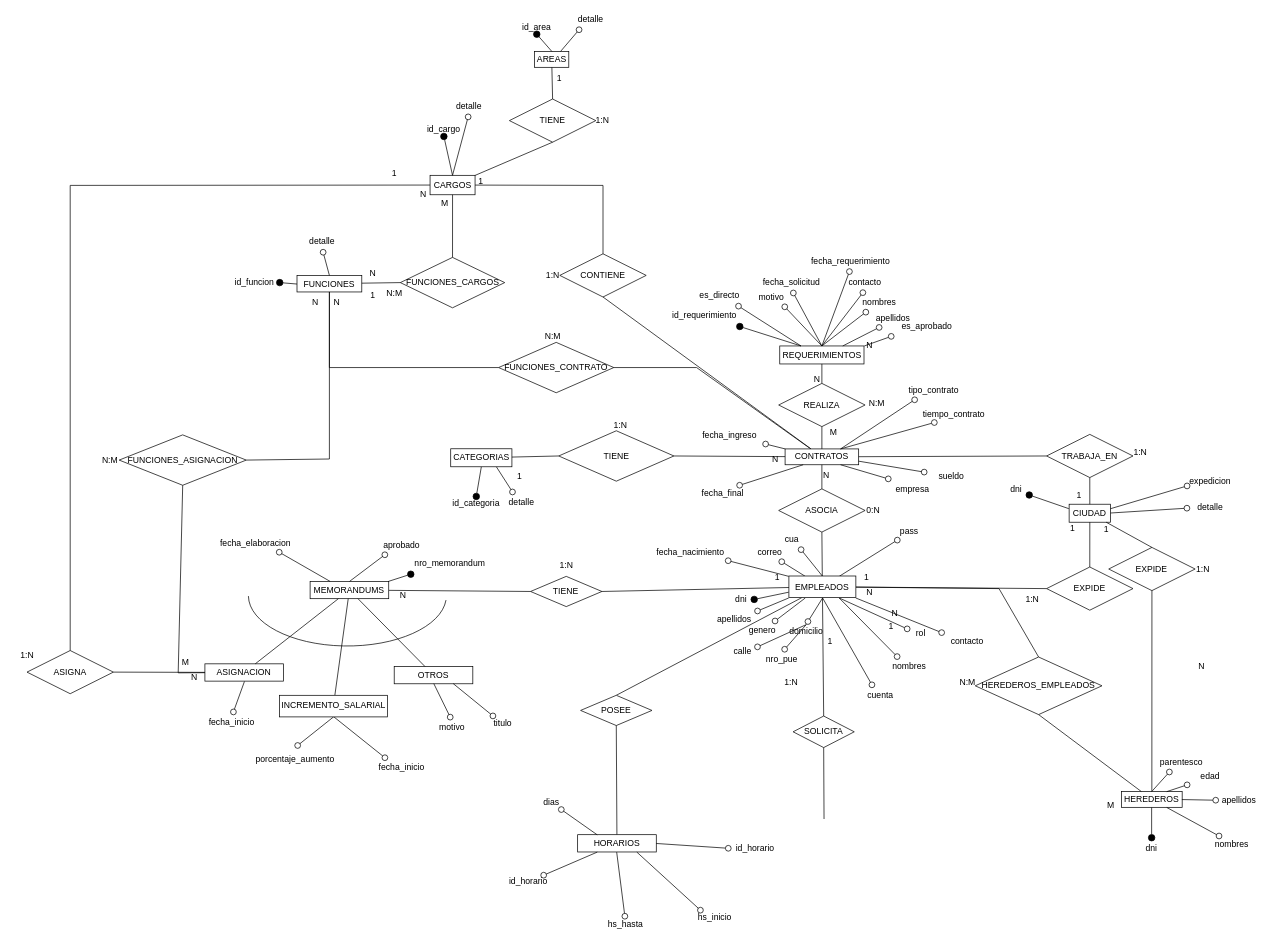
This is page "Página-2" (2 of 4) of Diagrama SRH.drawio from tomyivan/diagramas-DB, a draw.io file, before an edit. Source tidied: cells renumbered, new cells numbered last; positions are measured from the earlier drawing's top-left corner, leaving out a move shared by most shapes. Both pictures are drawn from the tidied source at 72%, with x=0, y=0 at pixel (12, 12).
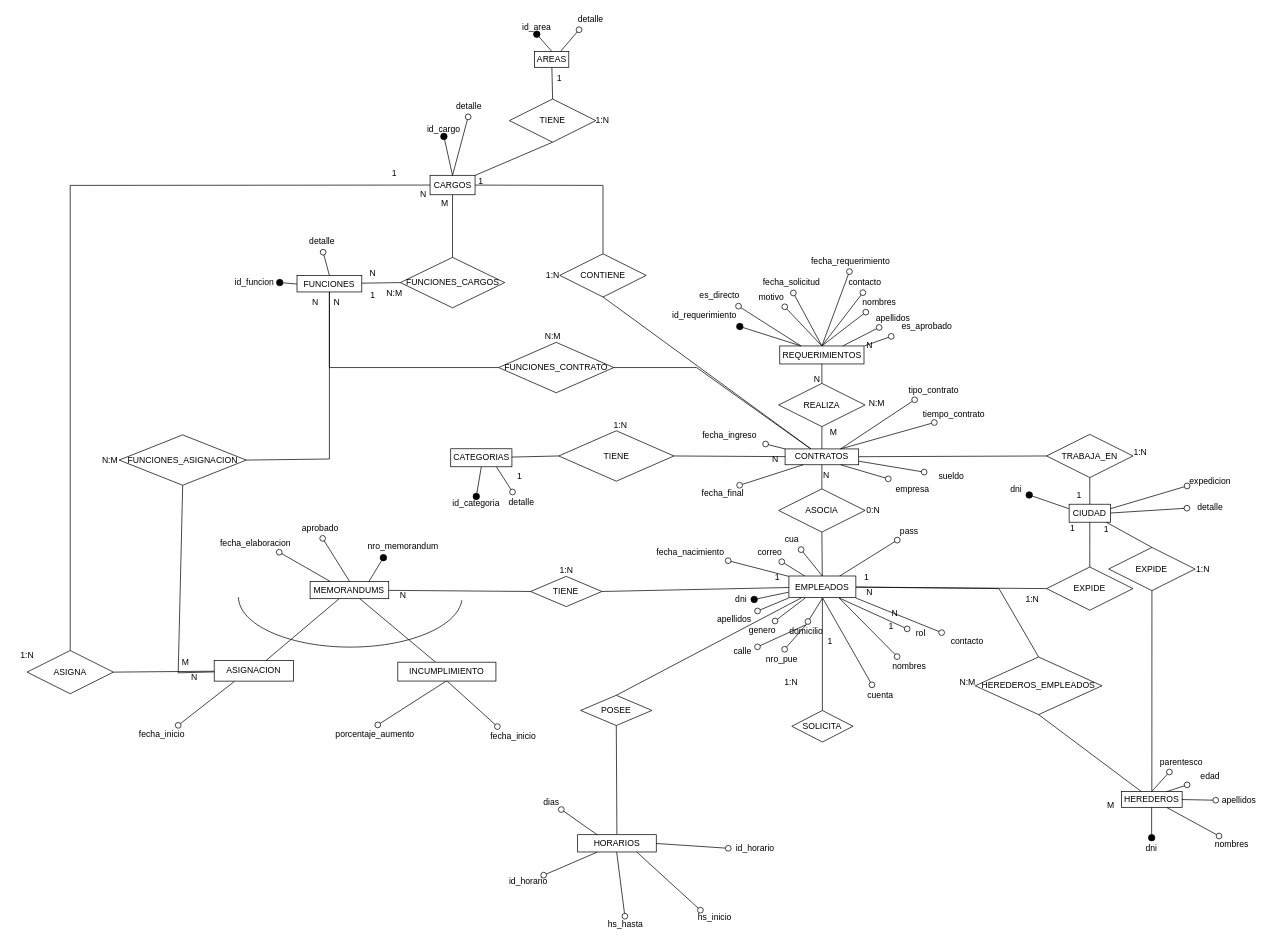
The same diagram, later.

The change refers to these unchanged cells:
```xml
<mxCell id="172" value="MEMORANDUMS" style="whiteSpace=wrap;html=1;align=center;rounded=0;" parent="1" vertex="1">
  <mxGeometry x="413.2" y="790" width="109.2" height="24" as="geometry" />
</mxCell>
```

Diff of the diagram source:
```diff
@@
-    <mxCell id="111" value="N" style="text;html=1;align=center;verticalAlign=middle;strokeColor=none;fillColor=none;rounded=0;" parent="1" vertex="1">
-      <mxGeometry x="1636.1" y="892.8" width="30" height="30" as="geometry" />
-    </mxCell>
@@
     <mxCell id="123" value="SOLICITA" style="shape=rhombus;perimeter=rhombusPerimeter;whiteSpace=wrap;html=1;align=center;rounded=0;" parent="1" vertex="1">
-      <mxGeometry x="1084" y="977" width="85" height="43.8" as="geometry" />
+      <mxGeometry x="1082.2" y="969.3" width="85" height="43.8" as="geometry" />
     </mxCell>
@@
-    <mxCell id="127" style="endArrow=none;html=1;rounded=0;entryX=0.5;entryY=1;entryDx=0;entryDy=0;" parent="1" edge="1" target="123">
-      <mxGeometry relative="1" as="geometry">
-        <mxPoint x="1127" y="1120" as="sourcePoint" />
-      </mxGeometry>
-    </mxCell>
@@
     <mxCell id="173" value="ASIGNACION" style="whiteSpace=wrap;html=1;align=center;rounded=0;" parent="1" vertex="1">
-      <mxGeometry x="267.1" y="904.5" width="109.2" height="24" as="geometry" />
+      <mxGeometry x="280" y="900" width="110" height="28.5" as="geometry" />
     </mxCell>
-    <mxCell id="174" value="OTROS" style="whiteSpace=wrap;html=1;align=center;rounded=0;" parent="1" vertex="1">
-      <mxGeometry x="530" y="908.2" width="109.2" height="24" as="geometry" />
-    </mxCell>
-    <mxCell id="175" style="endArrow=none;html=1;rounded=0;" parent="1" edge="1" source="174" target="172">
-      <mxGeometry relative="1" as="geometry" />
-    </mxCell>
@@
-    <mxCell id="178" style="verticalLabelPosition=bottom;verticalAlign=top;html=1;shape=mxgraph.basic.arc;startAngle=0.514285457105234;endAngle=0.9984085036175459;rotation=-90;direction=east;" parent="1" vertex="1">
-      <mxGeometry x="395" y="672.2" width="140" height="275" as="geometry" />
+    <mxCell id="178" style="verticalLabelPosition=bottom;verticalAlign=top;html=1;shape=mxgraph.basic.arc;startAngle=0.5112346821505029;endAngle=0.9984085036175459;rotation=-90;direction=east;" parent="1" vertex="1">
+      <mxGeometry x="399" y="655.9" width="140" height="310.7" as="geometry" />
     </mxCell>
     <mxCell id="179" value="nro_memorandum" style="whiteSpace=wrap;html=1;align=center;strokeColor=none;fillColor=none;rounded=0;" parent="1" vertex="1">
-      <mxGeometry x="552.5" y="749.8" width="108.6" height="30" as="geometry" />
+      <mxGeometry x="487.7" y="727.2" width="108.6" height="30" as="geometry" />
     </mxCell>
@@
     <mxCell id="181" value="porcentaje_aumento" style="whiteSpace=wrap;html=1;align=center;strokeColor=none;fillColor=none;rounded=0;" parent="1" vertex="1">
-      <mxGeometry x="324.5" y="1020.8" width="135" height="31.8" as="geometry" />
+      <mxGeometry x="440" y="991.6" width="126.5" height="22.9" as="geometry" />
     </mxCell>
@@
     <mxCell id="183" value="fecha_inicio" style="whiteSpace=wrap;html=1;align=center;strokeColor=none;fillColor=none;rounded=0;" parent="1" vertex="1">
-      <mxGeometry x="502.5" y="1038.2" width="75" height="20" as="geometry" />
+      <mxGeometry x="658.3" y="994.5" width="75" height="20" as="geometry" />
     </mxCell>
@@
-    <mxCell id="185" value="INCREMENTO_SALARIAL" style="whiteSpace=wrap;html=1;align=center;" parent="1" vertex="1">
-      <mxGeometry x="370.5" y="948.2" width="150" height="30" as="geometry" />
+    <mxCell id="185" value="INCUMPLIMIENTO" style="whiteSpace=wrap;html=1;align=center;" parent="1" vertex="1">
+      <mxGeometry x="535" y="902.2" width="136.3" height="26.2" as="geometry" />
     </mxCell>
     <mxCell id="186" value="fecha_inicio" style="whiteSpace=wrap;html=1;align=center;strokeColor=none;fillColor=none;rounded=0;" parent="1" vertex="1">
-      <mxGeometry x="267.1" y="976.2" width="75" height="20" as="geometry" />
+      <mxGeometry x="170" y="993.1" width="75" height="20" as="geometry" />
     </mxCell>
@@
-    <mxCell id="190" style="endArrow=circle;html=1;rounded=0;strokeColor=default;shadow=0;startFill=0;fillOpacity=100;endFill=0;snapToPoint=1;fixDash=1;backgroundOutline=1;comic=0;enumerate=0;orthogonal=0;strokeOpacity=100;arcSize=210;startArrow=none;strokeWidth=1;startSize=0;endSize=3;" parent="1" edge="1" source="174" target="191">
-      <mxGeometry relative="1" as="geometry" />
-    </mxCell>
-    <mxCell id="191" value="titulo" style="whiteSpace=wrap;html=1;align=center;strokeColor=none;fillColor=none;rounded=0;" parent="1" vertex="1">
-      <mxGeometry x="660" y="980" width="42.2" height="14.2" as="geometry" />
-    </mxCell>
     <mxCell id="192" value="aprobado" style="whiteSpace=wrap;html=1;align=center;strokeColor=none;fillColor=none;rounded=0;" parent="1" vertex="1">
-      <mxGeometry x="502.5" y="730" width="75" height="20" as="geometry" />
+      <mxGeometry x="390" y="705.8" width="75" height="20" as="geometry" />
     </mxCell>
@@
-    <mxCell id="196" style="endArrow=circle;html=1;rounded=0;strokeColor=default;shadow=0;startFill=0;fillOpacity=100;endFill=0;snapToPoint=1;fixDash=1;backgroundOutline=1;comic=0;enumerate=0;orthogonal=0;strokeOpacity=100;arcSize=210;startArrow=none;strokeWidth=1;startSize=0;endSize=3;" parent="1" edge="1" source="174" target="197">
-      <mxGeometry relative="1" as="geometry" />
-    </mxCell>
-    <mxCell id="197" value="motivo" style="whiteSpace=wrap;html=1;align=center;strokeColor=none;fillColor=none;rounded=0;" parent="1" vertex="1">
-      <mxGeometry x="584.5" y="983.2" width="51" height="20" as="geometry" />
-    </mxCell>
@@
     <mxCell id="199" value="1:N" style="text;html=1;align=center;verticalAlign=middle;strokeColor=none;fillColor=none;" parent="1" vertex="1">
-      <mxGeometry x="748.9" y="753" width="40" height="30" as="geometry" />
+      <mxGeometry x="748.9" y="760" width="40" height="30" as="geometry" />
     </mxCell>
```
